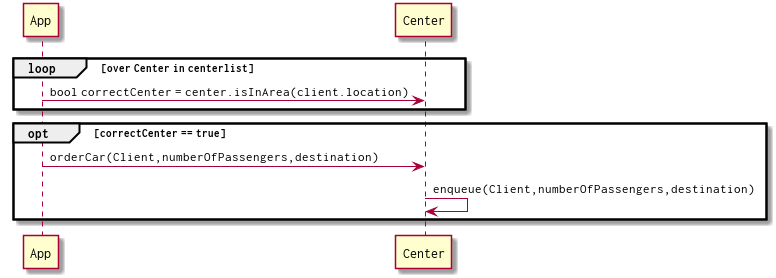
This is Diagrams/orderCar.png from TwanSchoonen/Networking2018, a PlantUML export, as it was before one commit.
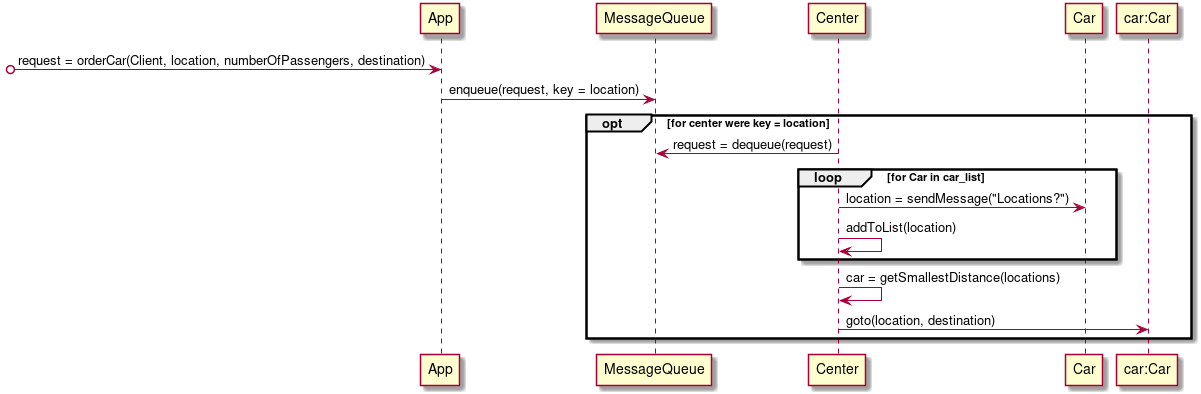
The same file after the commit.

Diff of the diagram source:
```diff
@@ -1,10 +1,14 @@
 @startuml
-loop over Center in centerlist
-App -> Center : bool correctCenter = center.isInArea(client.location)
-end
-opt correctCenter == true
-  App->Center: orderCar(Client,numberOfPassengers,destination)
-  Center->Center: enqueue(Client,numberOfPassengers,destination)
+[o->App : request = orderCar(Client, location, numberOfPassengers, destination)
+App -> MessageQueue : enqueue(request, key = location)
+opt for center were key = location
+  Center->MessageQueue: request = dequeue(request)
+  loop for Car in car_list
+    Center->Car: location = sendMessage("Locations?")
+	Center->Center: addToList(location)
+  end
+  Center->Center: car = getSmallestDistance(locations)
+  Center->"car:Car": goto(location, destination)
 end
 
 @enduml
```
